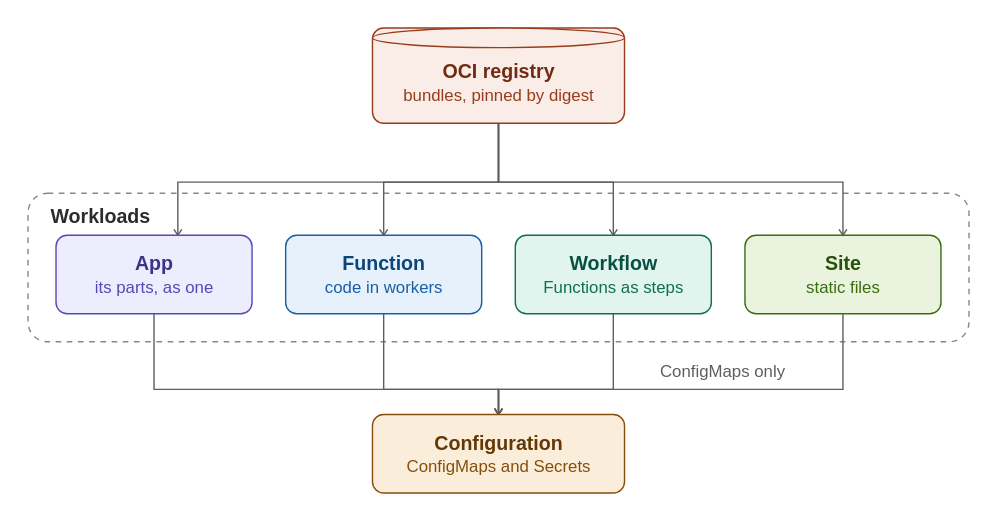
This is docs/guide/assets/workloads.drawio.svg from pyvvo/funcd, a draw.io export, as it was before one commit. Source tidied: cells renumbered, new cells last; positions are measured from the earlier drawing's top-left corner, leaving out a move shared by most shapes. Its diagram source:
```xml
<mxGraphModel>
  <root>
    <mxCell id="0" />
    <mxCell id="1" parent="0" />
    <mxCell id="2" value="&lt;b&gt;OCI registry&lt;/b&gt;&lt;br&gt;&lt;font style=&quot;font-size:12px&quot; color=&quot;#993C1D&quot;&gt;bundles, pinned by digest&lt;/font&gt;" style="shape=cylinder3;boundedLbl=1;size=8;whiteSpace=wrap;html=1;fillColor=#FAECE7;strokeColor=#993C1D;fontColor=#712B13;fontSize=14;" parent="1" vertex="1">
      <mxGeometry x="246" width="180" height="68" as="geometry" />
    </mxCell>
    <mxCell id="3" value="Workloads" style="rounded=1;absoluteArcSize=1;arcSize=28;dashed=1;fillColor=none;strokeColor=#888780;fontStyle=1;fontSize=14;fontColor=#2C2C2A;align=left;verticalAlign=top;spacingLeft=10;spacingTop=2;html=1;" parent="1" vertex="1">
      <mxGeometry y="118" width="672" height="106" as="geometry" />
    </mxCell>
    <mxCell id="4" value="&lt;b&gt;App&lt;/b&gt;&lt;br&gt;&lt;font style=&quot;font-size:12px&quot; color=&quot;#534AB7&quot;&gt;its parts, as one&lt;/font&gt;" style="rounded=1;absoluteArcSize=1;arcSize=16;whiteSpace=wrap;html=1;fillColor=#EEEDFE;strokeColor=#534AB7;fontColor=#3C3489;fontSize=14;" parent="3" vertex="1">
      <mxGeometry x="20" y="30" width="140" height="56" as="geometry" />
    </mxCell>
    <mxCell id="5" value="&lt;b&gt;Function&lt;/b&gt;&lt;br&gt;&lt;font style=&quot;font-size:12px&quot; color=&quot;#185FA5&quot;&gt;code in workers&lt;/font&gt;" style="rounded=1;absoluteArcSize=1;arcSize=16;whiteSpace=wrap;html=1;fillColor=#E6F1FB;strokeColor=#185FA5;fontColor=#0C447C;fontSize=14;" parent="3" vertex="1">
      <mxGeometry x="184" y="30" width="140" height="56" as="geometry" />
    </mxCell>
    <mxCell id="6" value="&lt;b&gt;Workflow&lt;/b&gt;&lt;br&gt;&lt;font style=&quot;font-size:12px&quot; color=&quot;#0F6E56&quot;&gt;Functions as steps&lt;/font&gt;" style="rounded=1;absoluteArcSize=1;arcSize=16;whiteSpace=wrap;html=1;fillColor=#E1F5EE;strokeColor=#0F6E56;fontColor=#085041;fontSize=14;" parent="3" vertex="1">
      <mxGeometry x="348" y="30" width="140" height="56" as="geometry" />
    </mxCell>
    <mxCell id="7" value="&lt;b&gt;Site&lt;/b&gt;&lt;br&gt;&lt;font style=&quot;font-size:12px&quot; color=&quot;#3B6D11&quot;&gt;static files&lt;/font&gt;" style="rounded=1;absoluteArcSize=1;arcSize=16;whiteSpace=wrap;html=1;fillColor=#EAF3DE;strokeColor=#3B6D11;fontColor=#27500A;fontSize=14;" parent="3" vertex="1">
      <mxGeometry x="512" y="30" width="140" height="56" as="geometry" />
    </mxCell>
    <mxCell id="8" value="&lt;b&gt;Configuration&lt;/b&gt;&lt;br&gt;&lt;font style=&quot;font-size:12px&quot; color=&quot;#854F0B&quot;&gt;ConfigMaps and Secrets&lt;/font&gt;" style="rounded=1;absoluteArcSize=1;arcSize=16;whiteSpace=wrap;html=1;fillColor=#FAEEDA;strokeColor=#854F0B;fontColor=#633806;fontSize=14;" parent="1" vertex="1">
      <mxGeometry x="246" y="276" width="180" height="56" as="geometry" />
    </mxCell>
    <mxCell id="9" style="edgeStyle=orthogonalEdgeStyle;rounded=0;html=1;jettySize=auto;strokeColor=#5F5E5A;fontColor=#5F5E5A;fontSize=12;labelBackgroundColor=#FFFFFF;endSize=7;endArrow=open;endFill=0;exitX=0.5;exitY=1;exitDx=0;exitDy=0;exitPerimeter=0;entryX=0.621;entryY=0;entryDx=0;entryDy=0;entryPerimeter=0;" parent="1" edge="1" source="2" target="4">
      <mxGeometry relative="1" as="geometry">
        <Array as="points">
          <mxPoint x="336" y="110" />
          <mxPoint x="107" y="110" />
        </Array>
      </mxGeometry>
    </mxCell>
    <mxCell id="10" style="edgeStyle=orthogonalEdgeStyle;rounded=0;html=1;jettySize=auto;strokeColor=#5F5E5A;fontColor=#5F5E5A;fontSize=12;labelBackgroundColor=#FFFFFF;endSize=7;endArrow=open;endFill=0;exitX=0.5;exitY=1;exitDx=0;exitDy=0;exitPerimeter=0;entryX=0.5;entryY=0;entryDx=0;entryDy=0;entryPerimeter=0;" parent="1" edge="1" source="2" target="5">
      <mxGeometry relative="1" as="geometry">
        <Array as="points">
          <mxPoint x="336" y="110" />
          <mxPoint x="254" y="110" />
        </Array>
      </mxGeometry>
    </mxCell>
    <mxCell id="11" style="edgeStyle=orthogonalEdgeStyle;rounded=0;html=1;jettySize=auto;strokeColor=#5F5E5A;fontColor=#5F5E5A;fontSize=12;labelBackgroundColor=#FFFFFF;endSize=7;endArrow=open;endFill=0;exitX=0.5;exitY=1;exitDx=0;exitDy=0;exitPerimeter=0;entryX=0.5;entryY=0;entryDx=0;entryDy=0;entryPerimeter=0;" parent="1" edge="1" source="2" target="6">
      <mxGeometry relative="1" as="geometry">
        <Array as="points">
          <mxPoint x="336" y="110" />
          <mxPoint x="418" y="110" />
        </Array>
      </mxGeometry>
    </mxCell>
    <mxCell id="12" style="edgeStyle=orthogonalEdgeStyle;rounded=0;html=1;jettySize=auto;strokeColor=#5F5E5A;fontColor=#5F5E5A;fontSize=12;labelBackgroundColor=#FFFFFF;endSize=7;endArrow=open;endFill=0;exitX=0.5;exitY=1;exitDx=0;exitDy=0;exitPerimeter=0;entryX=0.5;entryY=0;entryDx=0;entryDy=0;entryPerimeter=0;" parent="1" edge="1" source="2" target="7">
      <mxGeometry relative="1" as="geometry">
        <Array as="points">
          <mxPoint x="336" y="110" />
          <mxPoint x="582" y="110" />
        </Array>
      </mxGeometry>
    </mxCell>
    <mxCell id="13" style="edgeStyle=orthogonalEdgeStyle;rounded=0;html=1;jettySize=auto;strokeColor=#5F5E5A;fontColor=#5F5E5A;fontSize=12;labelBackgroundColor=#FFFFFF;endSize=7;endArrow=open;endFill=0;exitX=0.5;exitY=1;exitDx=0;exitDy=0;exitPerimeter=0;entryX=0.5;entryY=0;entryDx=0;entryDy=0;entryPerimeter=0;" parent="1" edge="1" source="4" target="8">
      <mxGeometry relative="1" as="geometry">
        <Array as="points">
          <mxPoint x="90" y="258" />
          <mxPoint x="336" y="258" />
        </Array>
      </mxGeometry>
    </mxCell>
    <mxCell id="14" style="edgeStyle=orthogonalEdgeStyle;rounded=0;html=1;jettySize=auto;strokeColor=#5F5E5A;fontColor=#5F5E5A;fontSize=12;labelBackgroundColor=#FFFFFF;endSize=7;endArrow=open;endFill=0;exitX=0.5;exitY=1;exitDx=0;exitDy=0;exitPerimeter=0;entryX=0.5;entryY=0;entryDx=0;entryDy=0;entryPerimeter=0;" parent="1" edge="1" source="5" target="8">
      <mxGeometry relative="1" as="geometry">
        <Array as="points">
          <mxPoint x="254" y="258" />
          <mxPoint x="336" y="258" />
        </Array>
      </mxGeometry>
    </mxCell>
    <mxCell id="15" style="edgeStyle=orthogonalEdgeStyle;rounded=0;html=1;jettySize=auto;strokeColor=#5F5E5A;fontColor=#5F5E5A;fontSize=12;labelBackgroundColor=#FFFFFF;endSize=7;endArrow=open;endFill=0;exitX=0.5;exitY=1;exitDx=0;exitDy=0;exitPerimeter=0;entryX=0.5;entryY=0;entryDx=0;entryDy=0;entryPerimeter=0;" parent="1" edge="1" source="6" target="8">
      <mxGeometry relative="1" as="geometry">
        <Array as="points">
          <mxPoint x="418" y="258" />
          <mxPoint x="336" y="258" />
        </Array>
      </mxGeometry>
    </mxCell>
    <mxCell id="16" value="ConfigMaps only" style="edgeStyle=orthogonalEdgeStyle;rounded=0;html=1;jettySize=auto;strokeColor=#5F5E5A;fontColor=#5F5E5A;fontSize=12;labelBackgroundColor=#FFFFFF;endSize=7;endArrow=open;endFill=0;exitX=0.5;exitY=1;exitDx=0;exitDy=0;exitPerimeter=0;entryX=0.5;entryY=0;entryDx=0;entryDy=0;entryPerimeter=0;" parent="1" edge="1" source="7" target="8">
      <mxGeometry x="-0.2" relative="1" as="geometry">
        <Array as="points">
          <mxPoint x="582" y="258" />
          <mxPoint x="336" y="258" />
        </Array>
        <mxPoint x="-12" y="-13" as="offset" />
      </mxGeometry>
    </mxCell>
  </root>
</mxGraphModel>
```
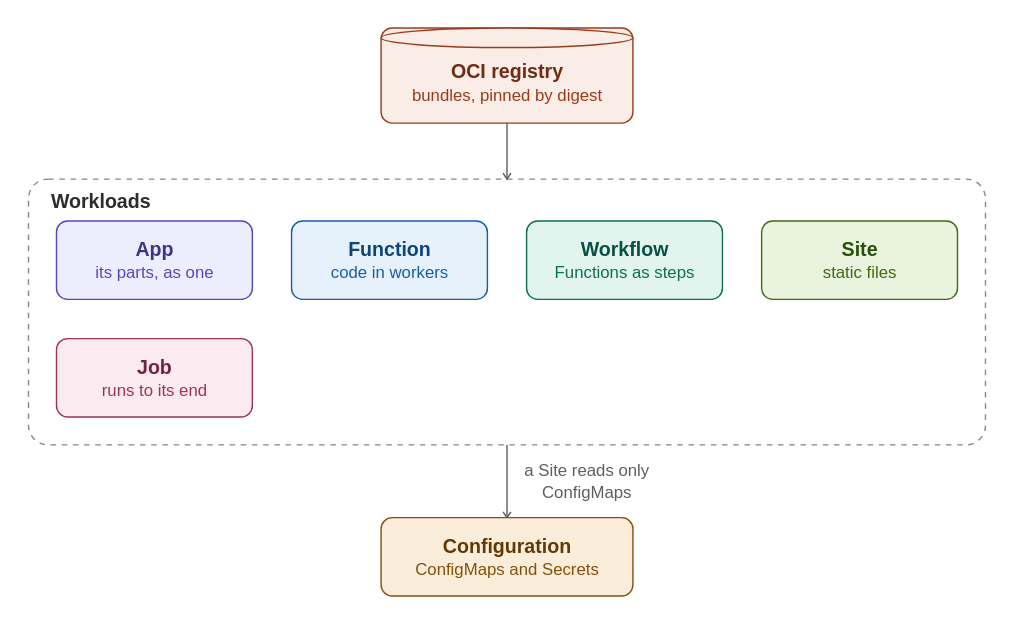
Above is the later version.

Diff of the diagram source:
```diff
@@ -3,90 +3,36 @@
     <mxCell id="0" />
     <mxCell id="1" parent="0" />
     <mxCell id="2" value="&lt;b&gt;OCI registry&lt;/b&gt;&lt;br&gt;&lt;font style=&quot;font-size:12px&quot; color=&quot;#993C1D&quot;&gt;bundles, pinned by digest&lt;/font&gt;" style="shape=cylinder3;boundedLbl=1;size=8;whiteSpace=wrap;html=1;fillColor=#FAECE7;strokeColor=#993C1D;fontColor=#712B13;fontSize=14;" parent="1" vertex="1">
-      <mxGeometry x="246" width="180" height="68" as="geometry" />
+      <mxGeometry x="252" width="180" height="68" as="geometry" />
     </mxCell>
     <mxCell id="3" value="Workloads" style="rounded=1;absoluteArcSize=1;arcSize=28;dashed=1;fillColor=none;strokeColor=#888780;fontStyle=1;fontSize=14;fontColor=#2C2C2A;align=left;verticalAlign=top;spacingLeft=10;spacingTop=2;html=1;" parent="1" vertex="1">
-      <mxGeometry y="118" width="672" height="106" as="geometry" />
+      <mxGeometry y="108" width="684" height="190" as="geometry" />
     </mxCell>
     <mxCell id="4" value="&lt;b&gt;App&lt;/b&gt;&lt;br&gt;&lt;font style=&quot;font-size:12px&quot; color=&quot;#534AB7&quot;&gt;its parts, as one&lt;/font&gt;" style="rounded=1;absoluteArcSize=1;arcSize=16;whiteSpace=wrap;html=1;fillColor=#EEEDFE;strokeColor=#534AB7;fontColor=#3C3489;fontSize=14;" parent="3" vertex="1">
       <mxGeometry x="20" y="30" width="140" height="56" as="geometry" />
     </mxCell>
     <mxCell id="5" value="&lt;b&gt;Function&lt;/b&gt;&lt;br&gt;&lt;font style=&quot;font-size:12px&quot; color=&quot;#185FA5&quot;&gt;code in workers&lt;/font&gt;" style="rounded=1;absoluteArcSize=1;arcSize=16;whiteSpace=wrap;html=1;fillColor=#E6F1FB;strokeColor=#185FA5;fontColor=#0C447C;fontSize=14;" parent="3" vertex="1">
-      <mxGeometry x="184" y="30" width="140" height="56" as="geometry" />
+      <mxGeometry x="188" y="30" width="140" height="56" as="geometry" />
     </mxCell>
     <mxCell id="6" value="&lt;b&gt;Workflow&lt;/b&gt;&lt;br&gt;&lt;font style=&quot;font-size:12px&quot; color=&quot;#0F6E56&quot;&gt;Functions as steps&lt;/font&gt;" style="rounded=1;absoluteArcSize=1;arcSize=16;whiteSpace=wrap;html=1;fillColor=#E1F5EE;strokeColor=#0F6E56;fontColor=#085041;fontSize=14;" parent="3" vertex="1">
-      <mxGeometry x="348" y="30" width="140" height="56" as="geometry" />
+      <mxGeometry x="356" y="30" width="140" height="56" as="geometry" />
     </mxCell>
     <mxCell id="7" value="&lt;b&gt;Site&lt;/b&gt;&lt;br&gt;&lt;font style=&quot;font-size:12px&quot; color=&quot;#3B6D11&quot;&gt;static files&lt;/font&gt;" style="rounded=1;absoluteArcSize=1;arcSize=16;whiteSpace=wrap;html=1;fillColor=#EAF3DE;strokeColor=#3B6D11;fontColor=#27500A;fontSize=14;" parent="3" vertex="1">
-      <mxGeometry x="512" y="30" width="140" height="56" as="geometry" />
+      <mxGeometry x="524" y="30" width="140" height="56" as="geometry" />
     </mxCell>
-    <mxCell id="8" value="&lt;b&gt;Configuration&lt;/b&gt;&lt;br&gt;&lt;font style=&quot;font-size:12px&quot; color=&quot;#854F0B&quot;&gt;ConfigMaps and Secrets&lt;/font&gt;" style="rounded=1;absoluteArcSize=1;arcSize=16;whiteSpace=wrap;html=1;fillColor=#FAEEDA;strokeColor=#854F0B;fontColor=#633806;fontSize=14;" parent="1" vertex="1">
-      <mxGeometry x="246" y="276" width="180" height="56" as="geometry" />
+    <mxCell id="8" value="&lt;b&gt;Job&lt;/b&gt;&lt;br&gt;&lt;font style=&quot;font-size:12px&quot; color=&quot;#993556&quot;&gt;runs to its end&lt;/font&gt;" style="rounded=1;absoluteArcSize=1;arcSize=16;whiteSpace=wrap;html=1;fillColor=#FBEAF0;strokeColor=#993556;fontColor=#72243E;fontSize=14;" parent="3" vertex="1">
+      <mxGeometry x="20" y="114" width="140" height="56" as="geometry" />
     </mxCell>
+    <mxCell id="17" value="&lt;b&gt;Configuration&lt;/b&gt;&lt;br&gt;&lt;font style=&quot;font-size:12px&quot; color=&quot;#854F0B&quot;&gt;ConfigMaps and Secrets&lt;/font&gt;" style="rounded=1;absoluteArcSize=1;arcSize=16;whiteSpace=wrap;html=1;fillColor=#FAEEDA;strokeColor=#854F0B;fontColor=#633806;fontSize=14;" parent="1" vertex="1">
+      <mxGeometry x="252" y="350" width="180" height="56" as="geometry" />
+    </mxCell>
-    <mxCell id="9" style="edgeStyle=orthogonalEdgeStyle;rounded=0;html=1;jettySize=auto;strokeColor=#5F5E5A;fontColor=#5F5E5A;fontSize=12;labelBackgroundColor=#FFFFFF;endSize=7;endArrow=open;endFill=0;exitX=0.5;exitY=1;exitDx=0;exitDy=0;exitPerimeter=0;entryX=0.621;entryY=0;entryDx=0;entryDy=0;entryPerimeter=0;" parent="1" edge="1" source="2" target="4">
-      <mxGeometry relative="1" as="geometry">
-        <Array as="points">
-          <mxPoint x="336" y="110" />
-          <mxPoint x="107" y="110" />
-        </Array>
-      </mxGeometry>
+    <mxCell id="9" style="edgeStyle=orthogonalEdgeStyle;rounded=0;html=1;jettySize=auto;strokeColor=#5F5E5A;fontColor=#5F5E5A;fontSize=12;labelBackgroundColor=#FFFFFF;endSize=7;endArrow=open;endFill=0;exitX=0.5;exitY=1;exitDx=0;exitDy=0;exitPerimeter=0;entryX=0.5;entryY=0;entryDx=0;entryDy=0;entryPerimeter=0;" parent="1" edge="1" source="2" target="3">
+      <mxGeometry relative="1" as="geometry" />
     </mxCell>
-    <mxCell id="10" style="edgeStyle=orthogonalEdgeStyle;rounded=0;html=1;jettySize=auto;strokeColor=#5F5E5A;fontColor=#5F5E5A;fontSize=12;labelBackgroundColor=#FFFFFF;endSize=7;endArrow=open;endFill=0;exitX=0.5;exitY=1;exitDx=0;exitDy=0;exitPerimeter=0;entryX=0.5;entryY=0;entryDx=0;entryDy=0;entryPerimeter=0;" parent="1" edge="1" source="2" target="5">
+    <mxCell id="10" value="a Site reads only ConfigMaps" style="edgeStyle=orthogonalEdgeStyle;rounded=0;html=1;jettySize=auto;strokeColor=#5F5E5A;fontColor=#5F5E5A;fontSize=12;labelBackgroundColor=#FFFFFF;endSize=7;endArrow=open;endFill=0;exitX=0.5;exitY=1;exitDx=0;exitDy=0;exitPerimeter=0;entryX=0.5;entryY=0;entryDx=0;entryDy=0;entryPerimeter=0;" parent="1" edge="1" source="3" target="17">
       <mxGeometry relative="1" as="geometry">
-        <Array as="points">
-          <mxPoint x="336" y="110" />
-          <mxPoint x="254" y="110" />
-        </Array>
+        <mxPoint x="57" as="offset" />
       </mxGeometry>
     </mxCell>
-    <mxCell id="11" style="edgeStyle=orthogonalEdgeStyle;rounded=0;html=1;jettySize=auto;strokeColor=#5F5E5A;fontColor=#5F5E5A;fontSize=12;labelBackgroundColor=#FFFFFF;endSize=7;endArrow=open;endFill=0;exitX=0.5;exitY=1;exitDx=0;exitDy=0;exitPerimeter=0;entryX=0.5;entryY=0;entryDx=0;entryDy=0;entryPerimeter=0;" parent="1" edge="1" source="2" target="6">
-      <mxGeometry relative="1" as="geometry">
-        <Array as="points">
-          <mxPoint x="336" y="110" />
-          <mxPoint x="418" y="110" />
-        </Array>
-      </mxGeometry>
-    </mxCell>
-    <mxCell id="12" style="edgeStyle=orthogonalEdgeStyle;rounded=0;html=1;jettySize=auto;strokeColor=#5F5E5A;fontColor=#5F5E5A;fontSize=12;labelBackgroundColor=#FFFFFF;endSize=7;endArrow=open;endFill=0;exitX=0.5;exitY=1;exitDx=0;exitDy=0;exitPerimeter=0;entryX=0.5;entryY=0;entryDx=0;entryDy=0;entryPerimeter=0;" parent="1" edge="1" source="2" target="7">
-      <mxGeometry relative="1" as="geometry">
-        <Array as="points">
-          <mxPoint x="336" y="110" />
-          <mxPoint x="582" y="110" />
-        </Array>
-      </mxGeometry>
-    </mxCell>
-    <mxCell id="13" style="edgeStyle=orthogonalEdgeStyle;rounded=0;html=1;jettySize=auto;strokeColor=#5F5E5A;fontColor=#5F5E5A;fontSize=12;labelBackgroundColor=#FFFFFF;endSize=7;endArrow=open;endFill=0;exitX=0.5;exitY=1;exitDx=0;exitDy=0;exitPerimeter=0;entryX=0.5;entryY=0;entryDx=0;entryDy=0;entryPerimeter=0;" parent="1" edge="1" source="4" target="8">
-      <mxGeometry relative="1" as="geometry">
-        <Array as="points">
-          <mxPoint x="90" y="258" />
-          <mxPoint x="336" y="258" />
-        </Array>
-      </mxGeometry>
-    </mxCell>
-    <mxCell id="14" style="edgeStyle=orthogonalEdgeStyle;rounded=0;html=1;jettySize=auto;strokeColor=#5F5E5A;fontColor=#5F5E5A;fontSize=12;labelBackgroundColor=#FFFFFF;endSize=7;endArrow=open;endFill=0;exitX=0.5;exitY=1;exitDx=0;exitDy=0;exitPerimeter=0;entryX=0.5;entryY=0;entryDx=0;entryDy=0;entryPerimeter=0;" parent="1" edge="1" source="5" target="8">
-      <mxGeometry relative="1" as="geometry">
-        <Array as="points">
-          <mxPoint x="254" y="258" />
-          <mxPoint x="336" y="258" />
-        </Array>
-      </mxGeometry>
-    </mxCell>
-    <mxCell id="15" style="edgeStyle=orthogonalEdgeStyle;rounded=0;html=1;jettySize=auto;strokeColor=#5F5E5A;fontColor=#5F5E5A;fontSize=12;labelBackgroundColor=#FFFFFF;endSize=7;endArrow=open;endFill=0;exitX=0.5;exitY=1;exitDx=0;exitDy=0;exitPerimeter=0;entryX=0.5;entryY=0;entryDx=0;entryDy=0;entryPerimeter=0;" parent="1" edge="1" source="6" target="8">
-      <mxGeometry relative="1" as="geometry">
-        <Array as="points">
-          <mxPoint x="418" y="258" />
-          <mxPoint x="336" y="258" />
-        </Array>
-      </mxGeometry>
-    </mxCell>
-    <mxCell id="16" value="ConfigMaps only" style="edgeStyle=orthogonalEdgeStyle;rounded=0;html=1;jettySize=auto;strokeColor=#5F5E5A;fontColor=#5F5E5A;fontSize=12;labelBackgroundColor=#FFFFFF;endSize=7;endArrow=open;endFill=0;exitX=0.5;exitY=1;exitDx=0;exitDy=0;exitPerimeter=0;entryX=0.5;entryY=0;entryDx=0;entryDy=0;entryPerimeter=0;" parent="1" edge="1" source="7" target="8">
-      <mxGeometry x="-0.2" relative="1" as="geometry">
-        <Array as="points">
-          <mxPoint x="582" y="258" />
-          <mxPoint x="336" y="258" />
-        </Array>
-        <mxPoint x="-12" y="-13" as="offset" />
-      </mxGeometry>
-    </mxCell>
   </root>
 </mxGraphModel>
```
